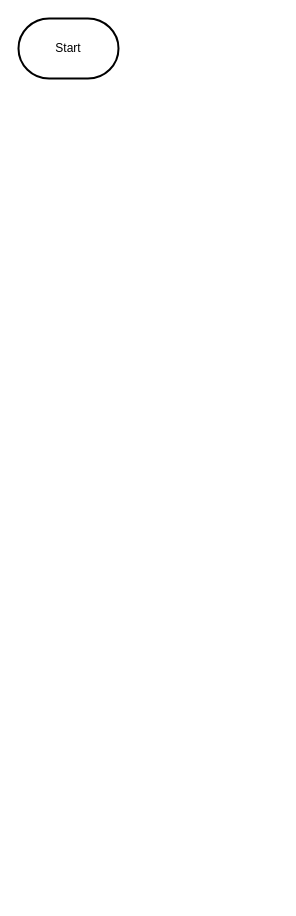
Before: design/flowchart.drawio in manya-feng/ICD2O-1-2023-Final-Project-Jinyuzhe-Calista-E-Manya-Feng, a draw.io diagram. Source tidied: cells renumbered, new cells numbered last; positions are measured from the earlier drawing's top-left corner, leaving out a move shared by most shapes. Both pictures are drawn from the tidied source at 100%, with x=0, y=0 at pixel (18, 18).
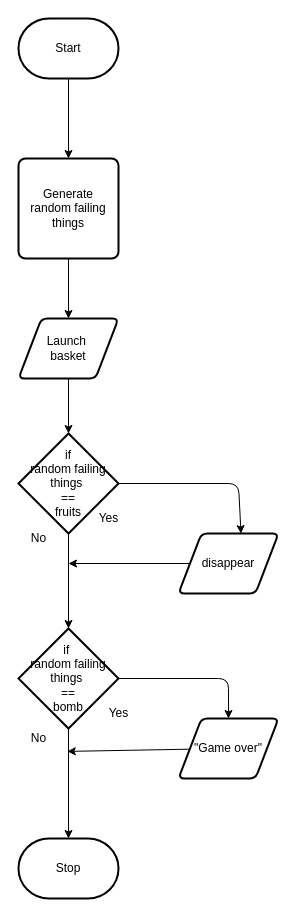
The same page after the edit.

Unchanged cells that the change refers to:
```xml
<mxCell id="2" value="Start" style="strokeWidth=2;html=1;shape=mxgraph.flowchart.terminator;whiteSpace=wrap;" parent="1" vertex="1">
  <mxGeometry width="100" height="60" as="geometry" />
</mxCell>
```

The edit, as a diff of the source:
```diff
@@
+    <mxCell id="3" style="edgeStyle=none;html=1;entryX=0.5;entryY=0;entryDx=0;entryDy=0;" parent="1" edge="1" source="2" target="7">
+      <mxGeometry relative="1" as="geometry" />
+    </mxCell>
@@
+    <mxCell id="4" style="edgeStyle=none;html=1;entryX=0.5;entryY=0;entryDx=0;entryDy=0;entryPerimeter=0;" parent="1" edge="1" source="5" target="10">
+      <mxGeometry relative="1" as="geometry" />
+    </mxCell>
+    <mxCell id="5" value="Launch&amp;nbsp;&lt;br&gt;basket" style="shape=parallelogram;html=1;strokeWidth=2;perimeter=parallelogramPerimeter;whiteSpace=wrap;rounded=1;arcSize=12;size=0.23;" parent="1" vertex="1">
+      <mxGeometry y="300" width="100" height="60" as="geometry" />
+    </mxCell>
+    <mxCell id="6" style="edgeStyle=none;html=1;entryX=0.5;entryY=0;entryDx=0;entryDy=0;" parent="1" edge="1" source="7" target="5">
+      <mxGeometry relative="1" as="geometry" />
+    </mxCell>
+    <mxCell id="7" value="Generate&lt;br&gt;random failing things" style="rounded=1;whiteSpace=wrap;html=1;absoluteArcSize=1;arcSize=14;strokeWidth=2;" parent="1" vertex="1">
+      <mxGeometry y="140" width="100" height="100" as="geometry" />
+    </mxCell>
+    <mxCell id="8" style="edgeStyle=none;html=1;exitX=0.5;exitY=1;exitDx=0;exitDy=0;exitPerimeter=0;entryX=0.5;entryY=0;entryDx=0;entryDy=0;entryPerimeter=0;" parent="1" edge="1" source="10" target="15">
+      <mxGeometry relative="1" as="geometry" />
+    </mxCell>
+    <mxCell id="9" style="edgeStyle=none;html=1;entryX=0.625;entryY=0.001;entryDx=0;entryDy=0;entryPerimeter=0;" parent="1" edge="1" source="10" target="22">
+      <mxGeometry relative="1" as="geometry">
+        <Array as="points">
+          <mxPoint x="220" y="465" />
+        </Array>
+      </mxGeometry>
+    </mxCell>
+    <mxCell id="10" value="if&lt;br&gt;random failing things&amp;nbsp;&lt;br&gt;==&lt;br&gt;fruits" style="strokeWidth=2;html=1;shape=mxgraph.flowchart.decision;whiteSpace=wrap;" parent="1" vertex="1">
+      <mxGeometry y="415" width="100" height="100" as="geometry" />
+    </mxCell>
+    <mxCell id="11" value="No" style="text;html=1;align=center;verticalAlign=middle;strokeColor=none;fillColor=none;" parent="1" vertex="1">
+      <mxGeometry y="505" width="40" height="30" as="geometry" />
+    </mxCell>
+    <mxCell id="12" value="Yes" style="text;html=1;align=center;verticalAlign=middle;strokeColor=none;fillColor=none;" parent="1" vertex="1">
+      <mxGeometry x="70" y="485" width="40" height="30" as="geometry" />
+    </mxCell>
+    <mxCell id="13" style="edgeStyle=none;html=1;entryX=0.5;entryY=0;entryDx=0;entryDy=0;entryPerimeter=0;" parent="1" edge="1" source="15" target="16">
+      <mxGeometry relative="1" as="geometry" />
+    </mxCell>
+    <mxCell id="14" style="edgeStyle=none;html=1;" parent="1" edge="1" source="15" target="20">
+      <mxGeometry relative="1" as="geometry">
+        <Array as="points">
+          <mxPoint x="210" y="660" />
+        </Array>
+      </mxGeometry>
+    </mxCell>
+    <mxCell id="15" value="if&amp;nbsp;&lt;br&gt;random failing things&amp;nbsp;&lt;br&gt;==&lt;br&gt;bomb" style="strokeWidth=2;html=1;shape=mxgraph.flowchart.decision;whiteSpace=wrap;" parent="1" vertex="1">
+      <mxGeometry y="610" width="100" height="100" as="geometry" />
+    </mxCell>
+    <mxCell id="16" value="Stop" style="strokeWidth=2;html=1;shape=mxgraph.flowchart.terminator;whiteSpace=wrap;" parent="1" vertex="1">
+      <mxGeometry y="820" width="100" height="60" as="geometry" />
+    </mxCell>
+    <mxCell id="17" value="No" style="text;html=1;align=center;verticalAlign=middle;points=[];strokeColor=none;fillColor=none;" parent="1" vertex="1">
+      <mxGeometry y="705" width="40" height="30" as="geometry" />
+    </mxCell>
+    <mxCell id="18" value="Yes" style="text;html=1;align=center;verticalAlign=middle;strokeColor=none;fillColor=none;" parent="1" vertex="1">
+      <mxGeometry x="80" y="680" width="40" height="30" as="geometry" />
+    </mxCell>
+    <mxCell id="19" style="edgeStyle=none;html=1;entryX=1.22;entryY=0.93;entryDx=0;entryDy=0;entryPerimeter=0;" parent="1" edge="1" source="20" target="17">
+      <mxGeometry relative="1" as="geometry" />
+    </mxCell>
+    <mxCell id="20" value="&quot;Game over&quot;" style="shape=parallelogram;html=1;strokeWidth=2;perimeter=parallelogramPerimeter;whiteSpace=wrap;rounded=1;arcSize=12;size=0.23;" parent="1" vertex="1">
+      <mxGeometry x="160" y="700" width="100" height="60" as="geometry" />
+    </mxCell>
+    <mxCell id="21" style="edgeStyle=none;html=1;" parent="1" edge="1" source="22">
+      <mxGeometry relative="1" as="geometry">
+        <mxPoint x="50" y="545" as="targetPoint" />
+      </mxGeometry>
+    </mxCell>
+    <mxCell id="22" value="disappear" style="shape=parallelogram;html=1;strokeWidth=2;perimeter=parallelogramPerimeter;whiteSpace=wrap;rounded=1;arcSize=12;size=0.23;" parent="1" vertex="1">
+      <mxGeometry x="160" y="515" width="100" height="60" as="geometry" />
+    </mxCell>
```
